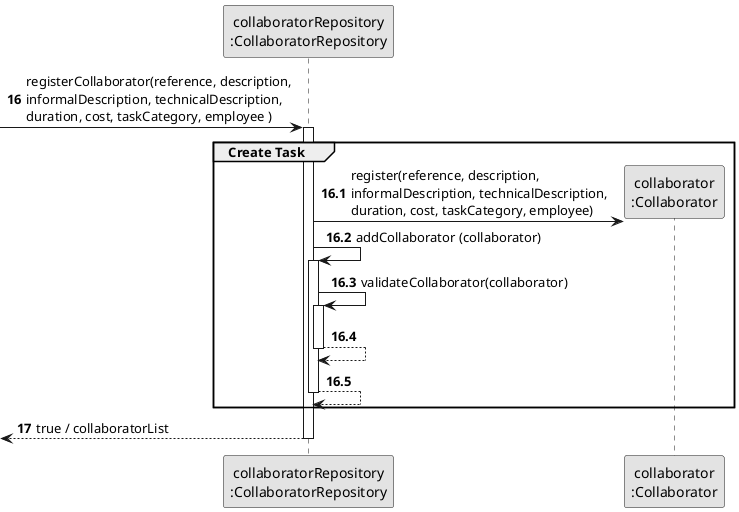
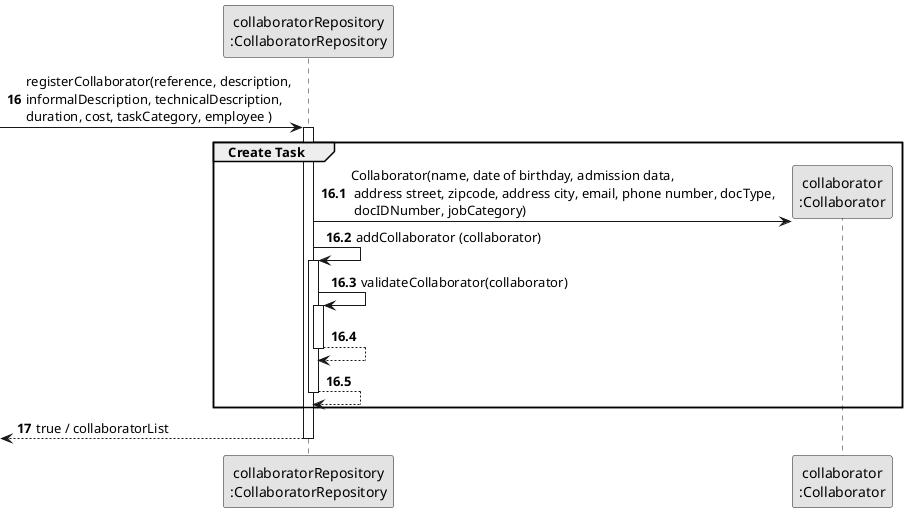
@startuml
skinparam monochrome true
skinparam packageStyle rectangle
skinparam shadowing false

participant "collaboratorRepository\n:CollaboratorRepository" as ORG
participant "collaborator\n:Collaborator" as collaborator

autonumber 16
-> ORG: registerCollaborator(reference, description,\ninformalDescription, technicalDescription,\nduration, cost, taskCategory, employee )

autonumber 16.1
activate ORG
    group Create Task

-         ORG -> collaborator**: register(reference, description,\ninformalDescription, technicalDescription,\nduration, cost, taskCategory, employee)
+         ORG -> collaborator**: Collaborator(name, date of birthday, admission data,\n address street, zipcode, address city, email, phone number, docType,\n docIDNumber, jobCategory)
        ORG -> ORG: addCollaborator (collaborator)

        activate ORG
            ORG -> ORG: validateCollaborator(collaborator)
            activate ORG
                ORG --> ORG
            deactivate ORG

            ORG --> ORG
        deactivate ORG
    end

    autonumber 17
    <-- ORG : true / collaboratorList
deactivate ORG


@enduml